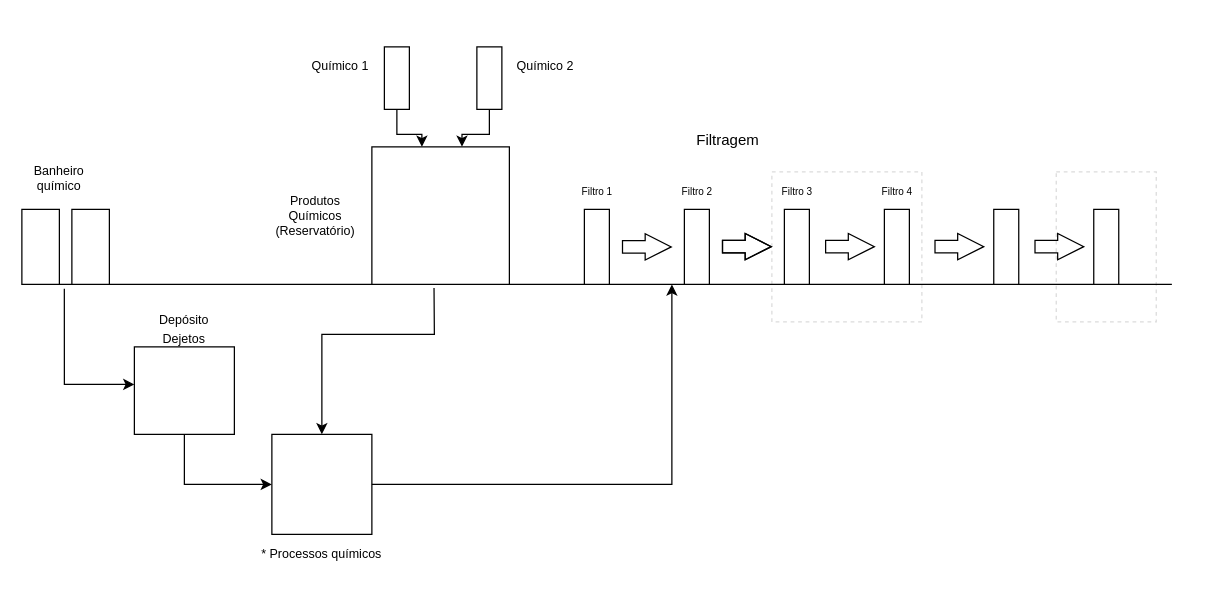
Earlier version of the draw.io diagram Untitled Diagram.drawio (gabrielkrneiro/Puri). Source tidied: cells renumbered, new cells numbered last; positions are measured from the earlier drawing's top-left corner, leaving out a move shared by most shapes. Both pictures are drawn from the tidied source at 125%, with x=0, y=0 at pixel (21, 46).
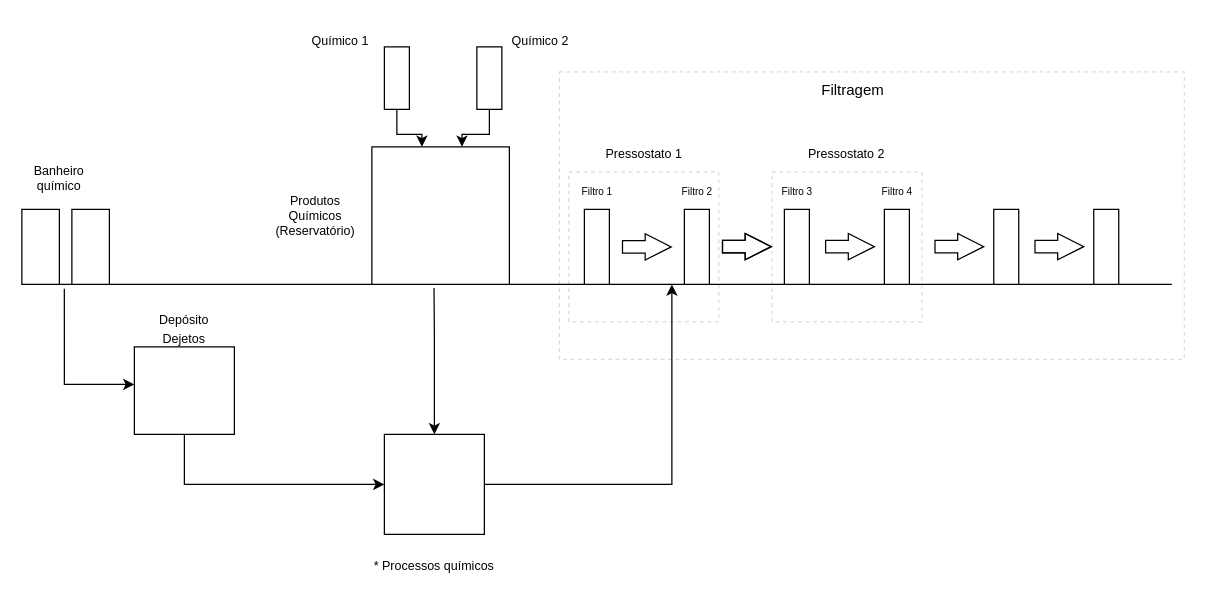
The same diagram, later.

Unchanged cells that the change refers to:
```xml
<mxCell id="13" style="whiteSpace=wrap;html=1;" parent="1" vertex="1">
  <mxGeometry x="280" y="80" width="110" height="110" as="geometry" />
</mxCell>
```

The edit, as a diff of the source:
```diff
@@
-    <mxCell id="2" style="rounded=0;whiteSpace=wrap;html=1;dashed=1;strokeColor=#DBDBDB;fontColor=#707070;" parent="1" vertex="1">
-      <mxGeometry x="827.5" y="100" width="80" height="120" as="geometry" />
-    </mxCell>
+    <mxCell id="41" style="rounded=0;whiteSpace=wrap;html=1;dashed=1;strokeColor=#DBDBDB;fontColor=#707070;" parent="1" vertex="1">
+      <mxGeometry x="430" y="20" width="500" height="230" as="geometry" />
+    </mxCell>
+    <mxCell id="42" style="rounded=0;whiteSpace=wrap;html=1;dashed=1;strokeColor=#DBDBDB;fontColor=#707070;" parent="1" vertex="1">
+      <mxGeometry x="437.5" y="100" width="120" height="120" as="geometry" />
+    </mxCell>
@@
     <mxCell id="10" style="rounded=0;whiteSpace=wrap;html=1;" parent="1" vertex="1">
-      <mxGeometry x="200" y="310" width="80" height="80" as="geometry" />
+      <mxGeometry x="290" y="310" width="80" height="80" as="geometry" />
     </mxCell>
@@
     <mxCell id="14" style="endArrow=classic;html=1;rounded=0;exitX=0.452;exitY=1.027;exitDx=0;exitDy=0;exitPerimeter=0;entryX=0.5;entryY=0;entryDx=0;entryDy=0;" parent="1" edge="1" source="13" target="10">
       <mxGeometry relative="1" as="geometry">
         <Array as="points">
           <mxPoint x="330" y="230" />
-          <mxPoint x="240" y="230" />
         </Array>
       </mxGeometry>
     </mxCell>
@@
     <mxCell id="19" value="* Processos químicos" style="text;html=1;align=center;verticalAlign=middle;whiteSpace=wrap;rounded=0;fontSize=10;" parent="1" vertex="1">
-      <mxGeometry x="190" y="390" width="100" height="30" as="geometry" />
+      <mxGeometry x="280" y="400" width="100" height="30" as="geometry" />
     </mxCell>
@@
     <mxCell id="21" value="Filtragem" style="text;html=1;align=center;verticalAlign=middle;whiteSpace=wrap;rounded=0;" parent="1" vertex="1">
-      <mxGeometry x="530" y="60" width="70" height="30" as="geometry" />
+      <mxGeometry x="630" y="20" width="70" height="30" as="geometry" />
     </mxCell>
     <mxCell id="22" value="Químico 1" style="text;html=1;align=center;verticalAlign=middle;whiteSpace=wrap;rounded=0;fontSize=10;" parent="1" vertex="1">
-      <mxGeometry x="220" width="70" height="30" as="geometry" />
+      <mxGeometry x="220" y="-20" width="70" height="30" as="geometry" />
     </mxCell>
     <mxCell id="23" value="Químico 2" style="text;html=1;align=center;verticalAlign=middle;whiteSpace=wrap;rounded=0;fontSize=10;" parent="1" vertex="1">
-      <mxGeometry x="384" width="70" height="30" as="geometry" />
+      <mxGeometry x="380" y="-20" width="70" height="30" as="geometry" />
     </mxCell>
@@
+    <mxCell id="43" value="Pressostato 1" style="text;html=1;align=center;verticalAlign=middle;whiteSpace=wrap;rounded=0;fontSize=10;" parent="1" vertex="1">
+      <mxGeometry x="462.5" y="70" width="70" height="30" as="geometry" />
+    </mxCell>
+    <mxCell id="44" value="Pressostato 2" style="text;html=1;align=center;verticalAlign=middle;whiteSpace=wrap;rounded=0;fontSize=10;" parent="1" vertex="1">
+      <mxGeometry x="625" y="70" width="70" height="30" as="geometry" />
+    </mxCell>
```
